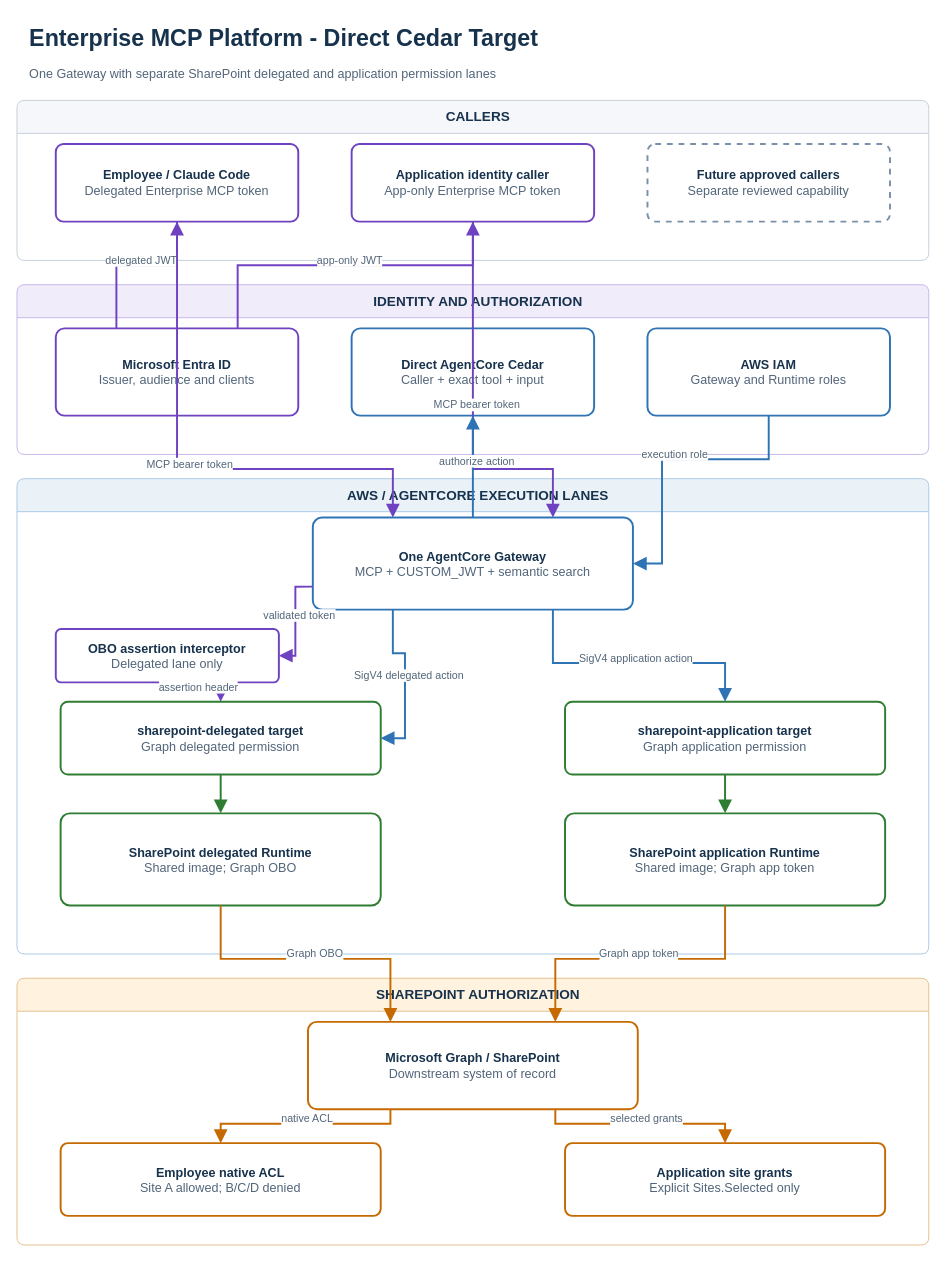
ron8520/mcp_poc keeps this draw.io diagram as page "Target Architecture" (1 of 3) of docs/architecture/enterprise-mcp-platform-review.drawio. Above is the earlier version. Source tidied: cells renumbered, new cells numbered last; positions are measured from the earlier drawing's top-left corner, leaving out a move shared by most shapes. Both pictures are drawn from the tidied source at 97%, with x=0, y=0 at pixel (16, 17).
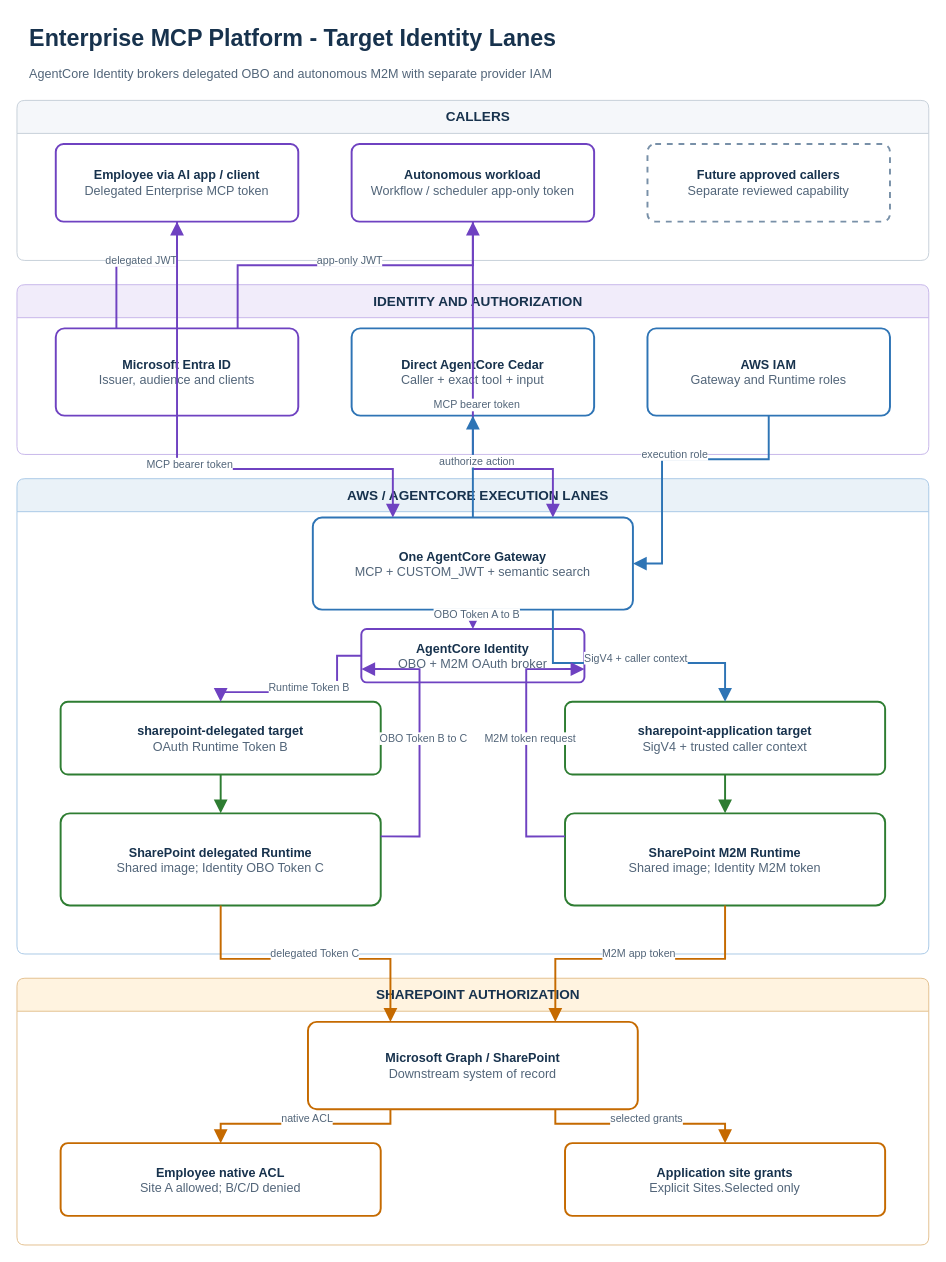
Above is the later version.

Unchanged cells that the change refers to:
```xml
<mxCell id="14" value="&lt;b&gt;One AgentCore Gateway&lt;/b&gt;&lt;br&gt;&lt;font color=&quot;#526579&quot;&gt;MCP + CUSTOM_JWT + semantic search&lt;/font&gt;" style="rounded=1;whiteSpace=wrap;html=1;arcSize=10;align=center;verticalAlign=middle;fillColor=#FFFFFF;strokeColor=#2E74B5;fontColor=#17324D;strokeWidth=2;dashed=0;fontSize=13;spacing=8;" parent="1" vertex="1">
  <mxGeometry x="305" y="515" width="330" height="95" as="geometry" />
</mxCell>
<mxCell id="20" value="&lt;b&gt;Microsoft Graph / SharePoint&lt;/b&gt;&lt;br&gt;&lt;font color=&quot;#526579&quot;&gt;Downstream system of record&lt;/font&gt;" style="rounded=1;whiteSpace=wrap;html=1;arcSize=10;align=center;verticalAlign=middle;fillColor=#FFFFFF;strokeColor=#C56A00;fontColor=#17324D;strokeWidth=2;dashed=0;fontSize=13;spacing=8;" parent="1" vertex="1">
  <mxGeometry x="300" y="1035" width="340" height="90" as="geometry" />
</mxCell>
<mxCell id="21" value="&lt;b&gt;Employee native ACL&lt;/b&gt;&lt;br&gt;&lt;font color=&quot;#526579&quot;&gt;Site A allowed; B/C/D denied&lt;/font&gt;" style="rounded=1;whiteSpace=wrap;html=1;arcSize=10;align=center;verticalAlign=middle;fillColor=#FFFFFF;strokeColor=#C56A00;fontColor=#17324D;strokeWidth=2;dashed=0;fontSize=13;spacing=8;" parent="1" vertex="1">
  <mxGeometry x="45" y="1160" width="330" height="75" as="geometry" />
</mxCell>
<mxCell id="22" value="&lt;b&gt;Application site grants&lt;/b&gt;&lt;br&gt;&lt;font color=&quot;#526579&quot;&gt;Explicit Sites.Selected only&lt;/font&gt;" style="rounded=1;whiteSpace=wrap;html=1;arcSize=10;align=center;verticalAlign=middle;fillColor=#FFFFFF;strokeColor=#C56A00;fontColor=#17324D;strokeWidth=2;dashed=0;fontSize=13;spacing=8;" parent="1" vertex="1">
  <mxGeometry x="565" y="1160" width="330" height="75" as="geometry" />
</mxCell>
```

Diff of the diagram source:
```diff
@@
-    <mxCell id="2" value="Enterprise MCP Platform - Direct Cedar Target" style="rounded=1;whiteSpace=wrap;html=1;arcSize=10;align=center;verticalAlign=middle;fillColor=#FFFFFF;strokeColor=#FFFFFF;fontColor=#17324D;strokeWidth=2;dashed=0;fontSize=13;spacing=8;fontSize=24;fontStyle=1;align=left;strokeOpacity=0;" parent="1" vertex="1">
+    <mxCell id="2" value="Enterprise MCP Platform - Target Identity Lanes" style="rounded=1;whiteSpace=wrap;html=1;arcSize=10;align=center;verticalAlign=middle;fillColor=#FFFFFF;strokeColor=#FFFFFF;fontColor=#17324D;strokeWidth=2;dashed=0;fontSize=13;spacing=8;fontSize=24;fontStyle=1;align=left;strokeOpacity=0;" parent="1" vertex="1">
       <mxGeometry x="5" width="930" height="42" as="geometry" />
     </mxCell>
-    <mxCell id="3" value="One Gateway with separate SharePoint delegated and application permission lanes" style="rounded=1;whiteSpace=wrap;html=1;arcSize=10;align=center;verticalAlign=middle;fillColor=#FFFFFF;strokeColor=#FFFFFF;fontColor=#17324D;strokeWidth=2;dashed=0;fontSize=13;spacing=8;fontSize=13;align=left;fontColor=#526579;strokeOpacity=0;" parent="1" vertex="1">
+    <mxCell id="3" value="AgentCore Identity brokers delegated OBO and autonomous M2M with separate provider IAM" style="rounded=1;whiteSpace=wrap;html=1;arcSize=10;align=center;verticalAlign=middle;fillColor=#FFFFFF;strokeColor=#FFFFFF;fontColor=#17324D;strokeWidth=2;dashed=0;fontSize=13;spacing=8;fontSize=13;align=left;fontColor=#526579;strokeOpacity=0;" parent="1" vertex="1">
       <mxGeometry x="5" y="42" width="930" height="30" as="geometry" />
     </mxCell>
@@
-    <mxCell id="8" value="&lt;b&gt;Employee / Claude Code&lt;/b&gt;&lt;br&gt;&lt;font color=&quot;#526579&quot;&gt;Delegated Enterprise MCP token&lt;/font&gt;" style="rounded=1;whiteSpace=wrap;html=1;arcSize=10;align=center;verticalAlign=middle;fillColor=#FFFFFF;strokeColor=#6F42C1;fontColor=#17324D;strokeWidth=2;dashed=0;fontSize=13;spacing=8;" parent="1" vertex="1">
+    <mxCell id="8" value="&lt;b&gt;Employee via AI app / client&lt;/b&gt;&lt;br&gt;&lt;font color=&quot;#526579&quot;&gt;Delegated Enterprise MCP token&lt;/font&gt;" style="rounded=1;whiteSpace=wrap;html=1;arcSize=10;align=center;verticalAlign=middle;fillColor=#FFFFFF;strokeColor=#6F42C1;fontColor=#17324D;strokeWidth=2;dashed=0;fontSize=13;spacing=8;" parent="1" vertex="1">
       <mxGeometry x="40" y="130" width="250" height="80" as="geometry" />
     </mxCell>
-    <mxCell id="9" value="&lt;b&gt;Application identity caller&lt;/b&gt;&lt;br&gt;&lt;font color=&quot;#526579&quot;&gt;App-only Enterprise MCP token&lt;/font&gt;" style="rounded=1;whiteSpace=wrap;html=1;arcSize=10;align=center;verticalAlign=middle;fillColor=#FFFFFF;strokeColor=#6F42C1;fontColor=#17324D;strokeWidth=2;dashed=0;fontSize=13;spacing=8;" parent="1" vertex="1">
+    <mxCell id="9" value="&lt;b&gt;Autonomous workload&lt;/b&gt;&lt;br&gt;&lt;font color=&quot;#526579&quot;&gt;Workflow / scheduler app-only token&lt;/font&gt;" style="rounded=1;whiteSpace=wrap;html=1;arcSize=10;align=center;verticalAlign=middle;fillColor=#FFFFFF;strokeColor=#6F42C1;fontColor=#17324D;strokeWidth=2;dashed=0;fontSize=13;spacing=8;" parent="1" vertex="1">
       <mxGeometry x="345" y="130" width="250" height="80" as="geometry" />
     </mxCell>
@@
-    <mxCell id="15" value="&lt;b&gt;OBO assertion interceptor&lt;/b&gt;&lt;br&gt;&lt;font color=&quot;#526579&quot;&gt;Delegated lane only&lt;/font&gt;" style="rounded=1;whiteSpace=wrap;html=1;arcSize=10;align=center;verticalAlign=middle;fillColor=#FFFFFF;strokeColor=#6F42C1;fontColor=#17324D;strokeWidth=2;dashed=0;fontSize=13;spacing=8;" parent="1" vertex="1">
-      <mxGeometry x="40" y="630" width="230" height="55" as="geometry" />
-    </mxCell>
+    <mxCell id="39" value="&lt;b&gt;AgentCore Identity&lt;/b&gt;&lt;br&gt;&lt;font color=&quot;#526579&quot;&gt;OBO + M2M OAuth broker&lt;/font&gt;" style="rounded=1;whiteSpace=wrap;html=1;arcSize=10;align=center;verticalAlign=middle;fillColor=#FFFFFF;strokeColor=#6F42C1;fontColor=#17324D;strokeWidth=2;dashed=0;fontSize=13;spacing=8;" parent="1" vertex="1">
+      <mxGeometry x="355" y="630" width="230" height="55" as="geometry" />
+    </mxCell>
-    <mxCell id="16" value="&lt;b&gt;sharepoint-delegated target&lt;/b&gt;&lt;br&gt;&lt;font color=&quot;#526579&quot;&gt;Graph delegated permission&lt;/font&gt;" style="rounded=1;whiteSpace=wrap;html=1;arcSize=10;align=center;verticalAlign=middle;fillColor=#FFFFFF;strokeColor=#2E7D32;fontColor=#17324D;strokeWidth=2;dashed=0;fontSize=13;spacing=8;" parent="1" vertex="1">
+    <mxCell id="16" value="&lt;b&gt;sharepoint-delegated target&lt;/b&gt;&lt;br&gt;&lt;font color=&quot;#526579&quot;&gt;OAuth Runtime Token B&lt;/font&gt;" style="rounded=1;whiteSpace=wrap;html=1;arcSize=10;align=center;verticalAlign=middle;fillColor=#FFFFFF;strokeColor=#2E7D32;fontColor=#17324D;strokeWidth=2;dashed=0;fontSize=13;spacing=8;" parent="1" vertex="1">
       <mxGeometry x="45" y="705" width="330" height="75" as="geometry" />
     </mxCell>
-    <mxCell id="17" value="&lt;b&gt;sharepoint-application target&lt;/b&gt;&lt;br&gt;&lt;font color=&quot;#526579&quot;&gt;Graph application permission&lt;/font&gt;" style="rounded=1;whiteSpace=wrap;html=1;arcSize=10;align=center;verticalAlign=middle;fillColor=#FFFFFF;strokeColor=#2E7D32;fontColor=#17324D;strokeWidth=2;dashed=0;fontSize=13;spacing=8;" parent="1" vertex="1">
+    <mxCell id="17" value="&lt;b&gt;sharepoint-application target&lt;/b&gt;&lt;br&gt;&lt;font color=&quot;#526579&quot;&gt;SigV4 + trusted caller context&lt;/font&gt;" style="rounded=1;whiteSpace=wrap;html=1;arcSize=10;align=center;verticalAlign=middle;fillColor=#FFFFFF;strokeColor=#2E7D32;fontColor=#17324D;strokeWidth=2;dashed=0;fontSize=13;spacing=8;" parent="1" vertex="1">
       <mxGeometry x="565" y="705" width="330" height="75" as="geometry" />
     </mxCell>
-    <mxCell id="18" value="&lt;b&gt;SharePoint delegated Runtime&lt;/b&gt;&lt;br&gt;&lt;font color=&quot;#526579&quot;&gt;Shared image; Graph OBO&lt;/font&gt;" style="rounded=1;whiteSpace=wrap;html=1;arcSize=10;align=center;verticalAlign=middle;fillColor=#FFFFFF;strokeColor=#2E7D32;fontColor=#17324D;strokeWidth=2;dashed=0;fontSize=13;spacing=8;" parent="1" vertex="1">
+    <mxCell id="18" value="&lt;b&gt;SharePoint delegated Runtime&lt;/b&gt;&lt;br&gt;&lt;font color=&quot;#526579&quot;&gt;Shared image; Identity OBO Token C&lt;/font&gt;" style="rounded=1;whiteSpace=wrap;html=1;arcSize=10;align=center;verticalAlign=middle;fillColor=#FFFFFF;strokeColor=#2E7D32;fontColor=#17324D;strokeWidth=2;dashed=0;fontSize=13;spacing=8;" parent="1" vertex="1">
       <mxGeometry x="45" y="820" width="330" height="95" as="geometry" />
     </mxCell>
-    <mxCell id="19" value="&lt;b&gt;SharePoint application Runtime&lt;/b&gt;&lt;br&gt;&lt;font color=&quot;#526579&quot;&gt;Shared image; Graph app token&lt;/font&gt;" style="rounded=1;whiteSpace=wrap;html=1;arcSize=10;align=center;verticalAlign=middle;fillColor=#FFFFFF;strokeColor=#2E7D32;fontColor=#17324D;strokeWidth=2;dashed=0;fontSize=13;spacing=8;" parent="1" vertex="1">
+    <mxCell id="19" value="&lt;b&gt;SharePoint M2M Runtime&lt;/b&gt;&lt;br&gt;&lt;font color=&quot;#526579&quot;&gt;Shared image; Identity M2M token&lt;/font&gt;" style="rounded=1;whiteSpace=wrap;html=1;arcSize=10;align=center;verticalAlign=middle;fillColor=#FFFFFF;strokeColor=#2E7D32;fontColor=#17324D;strokeWidth=2;dashed=0;fontSize=13;spacing=8;" parent="1" vertex="1">
       <mxGeometry x="565" y="820" width="330" height="95" as="geometry" />
     </mxCell>
@@
-    <mxCell id="29" value="validated token" style="edgeStyle=orthogonalEdgeStyle;rounded=0;jettySize=auto;html=1;strokeColor=#6F42C1;fontColor=#526579;strokeWidth=2;dashed=0;endArrow=block;endFill=1;endSize=9;fontSize=11;labelBackgroundColor=#FFFFFF;exitX=0;exitY=0.75;exitDx=0;exitDy=0;entryX=1;entryY=0.5;entryDx=0;entryDy=0;" parent="1" edge="1" source="14" target="15">
+    <mxCell id="29" value="OBO Token A to B" style="edgeStyle=orthogonalEdgeStyle;rounded=0;jettySize=auto;html=1;strokeColor=#6F42C1;fontColor=#526579;strokeWidth=2;dashed=0;endArrow=block;endFill=1;endSize=9;fontSize=11;labelBackgroundColor=#FFFFFF;exitX=0.5;exitY=1;exitDx=0;exitDy=0;entryX=0.5;entryY=0;entryDx=0;entryDy=0;" parent="1" edge="1" source="14" target="39">
       <mxGeometry relative="1" as="geometry">
-        <Array as="points">
-          <mxPoint x="287" y="586.2" />
-          <mxPoint x="287" y="657.5" />
-        </Array>
         <mxPoint x="4" y="-5" as="offset" />
       </mxGeometry>
     </mxCell>
-    <mxCell id="30" value="SigV4 delegated action" style="edgeStyle=orthogonalEdgeStyle;rounded=0;jettySize=auto;html=1;strokeColor=#2E74B5;fontColor=#526579;strokeWidth=2;dashed=0;endArrow=block;endFill=1;endSize=9;fontSize=11;labelBackgroundColor=#FFFFFF;exitX=0.25;exitY=1;exitDx=0;exitDy=0;entryX=1;entryY=0.5;entryDx=0;entryDy=0;" parent="1" edge="1" source="14" target="16">
+    <mxCell id="30" value="Runtime Token B" style="edgeStyle=orthogonalEdgeStyle;rounded=0;jettySize=auto;html=1;strokeColor=#6F42C1;fontColor=#526579;strokeWidth=2;dashed=0;endArrow=block;endFill=1;endSize=9;fontSize=11;labelBackgroundColor=#FFFFFF;exitX=0;exitY=0.5;exitDx=0;exitDy=0;entryX=0.5;entryY=0;entryDx=0;entryDy=0;" parent="1" edge="1" source="39" target="16">
       <mxGeometry relative="1" as="geometry">
         <Array as="points">
-          <mxPoint x="387.5" y="655" />
-          <mxPoint x="400" y="655" />
-          <mxPoint x="400" y="742.5" />
+          <mxPoint x="330" y="657.5" />
+          <mxPoint x="330" y="695" />
+          <mxPoint x="210" y="695" />
         </Array>
         <mxPoint x="4" y="-5" as="offset" />
       </mxGeometry>
     </mxCell>
-    <mxCell id="31" value="SigV4 application action" style="edgeStyle=orthogonalEdgeStyle;rounded=0;jettySize=auto;html=1;strokeColor=#2E74B5;fontColor=#526579;strokeWidth=2;dashed=0;endArrow=block;endFill=1;endSize=9;fontSize=11;labelBackgroundColor=#FFFFFF;exitX=0.75;exitY=1;exitDx=0;exitDy=0;entryX=0.5;entryY=0;entryDx=0;entryDy=0;" parent="1" edge="1" source="14" target="17">
+    <mxCell id="31" value="SigV4 + caller context" style="edgeStyle=orthogonalEdgeStyle;rounded=0;jettySize=auto;html=1;strokeColor=#2E74B5;fontColor=#526579;strokeWidth=2;dashed=0;endArrow=block;endFill=1;endSize=9;fontSize=11;labelBackgroundColor=#FFFFFF;exitX=0.75;exitY=1;exitDx=0;exitDy=0;entryX=0.5;entryY=0;entryDx=0;entryDy=0;" parent="1" edge="1" source="14" target="17">
       <mxGeometry relative="1" as="geometry">
         <Array as="points">
           <mxPoint x="552.5" y="665" />
           <mxPoint x="730" y="665" />
         </Array>
         <mxPoint x="4" y="-5" as="offset" />
       </mxGeometry>
     </mxCell>
-    <mxCell id="32" value="assertion header" style="edgeStyle=orthogonalEdgeStyle;rounded=0;jettySize=auto;html=1;strokeColor=#6F42C1;fontColor=#526579;strokeWidth=2;dashed=0;endArrow=block;endFill=1;endSize=9;fontSize=11;labelBackgroundColor=#FFFFFF;exitX=0.5;exitY=1;exitDx=0;exitDy=0;entryX=0.5;entryY=0;entryDx=0;entryDy=0;" parent="1" edge="1" source="15" target="16">
-      <mxGeometry relative="1" as="geometry">
-        <Array as="points">
-          <mxPoint x="155" y="695" />
-          <mxPoint x="210" y="695" />
-        </Array>
-        <mxPoint x="4" y="-5" as="offset" />
-      </mxGeometry>
+    <mxCell id="32" style="edgeStyle=orthogonalEdgeStyle;rounded=0;jettySize=auto;html=1;strokeColor=#2E7D32;fontColor=#526579;strokeWidth=2;dashed=0;endArrow=block;endFill=1;endSize=9;fontSize=11;labelBackgroundColor=#FFFFFF;exitX=0.5;exitY=1;exitDx=0;exitDy=0;entryX=0.5;entryY=0;entryDx=0;entryDy=0;" parent="1" edge="1" source="16" target="18">
+      <mxGeometry relative="1" as="geometry" />
     </mxCell>
-    <mxCell id="33" style="edgeStyle=orthogonalEdgeStyle;rounded=0;jettySize=auto;html=1;strokeColor=#2E7D32;fontColor=#526579;strokeWidth=2;dashed=0;endArrow=block;endFill=1;endSize=9;fontSize=11;labelBackgroundColor=#FFFFFF;exitX=0.5;exitY=1;exitDx=0;exitDy=0;entryX=0.5;entryY=0;entryDx=0;entryDy=0;" parent="1" edge="1" source="16" target="18">
+    <mxCell id="33" style="edgeStyle=orthogonalEdgeStyle;rounded=0;jettySize=auto;html=1;strokeColor=#2E7D32;fontColor=#526579;strokeWidth=2;dashed=0;endArrow=block;endFill=1;endSize=9;fontSize=11;labelBackgroundColor=#FFFFFF;exitX=0.5;exitY=1;exitDx=0;exitDy=0;entryX=0.5;entryY=0;entryDx=0;entryDy=0;" parent="1" edge="1" source="17" target="19">
       <mxGeometry relative="1" as="geometry" />
     </mxCell>
-    <mxCell id="34" style="edgeStyle=orthogonalEdgeStyle;rounded=0;jettySize=auto;html=1;strokeColor=#2E7D32;fontColor=#526579;strokeWidth=2;dashed=0;endArrow=block;endFill=1;endSize=9;fontSize=11;labelBackgroundColor=#FFFFFF;exitX=0.5;exitY=1;exitDx=0;exitDy=0;entryX=0.5;entryY=0;entryDx=0;entryDy=0;" parent="1" edge="1" source="17" target="19">
-      <mxGeometry relative="1" as="geometry" />
+    <mxCell id="34" value="OBO Token B to C" style="edgeStyle=orthogonalEdgeStyle;rounded=0;jettySize=auto;html=1;strokeColor=#6F42C1;fontColor=#526579;strokeWidth=2;dashed=0;endArrow=block;endFill=1;endSize=9;fontSize=11;labelBackgroundColor=#FFFFFF;exitX=1;exitY=0.25;exitDx=0;exitDy=0;entryX=0;entryY=0.75;entryDx=0;entryDy=0;" parent="1" edge="1" source="18" target="39">
+      <mxGeometry relative="1" as="geometry">
+        <Array as="points">
+          <mxPoint x="415" y="843.8" />
+          <mxPoint x="415" y="671.2" />
+        </Array>
+        <mxPoint x="4" y="-5" as="offset" />
+      </mxGeometry>
     </mxCell>
-    <mxCell id="35" value="Graph OBO" style="edgeStyle=orthogonalEdgeStyle;rounded=0;jettySize=auto;html=1;strokeColor=#C56A00;fontColor=#526579;strokeWidth=2;dashed=0;endArrow=block;endFill=1;endSize=9;fontSize=11;labelBackgroundColor=#FFFFFF;exitX=0.5;exitY=1;exitDx=0;exitDy=0;entryX=0.25;entryY=0;entryDx=0;entryDy=0;" parent="1" edge="1" source="18" target="20">
+    <mxCell id="35" value="M2M token request" style="edgeStyle=orthogonalEdgeStyle;rounded=0;jettySize=auto;html=1;strokeColor=#6F42C1;fontColor=#526579;strokeWidth=2;dashed=0;endArrow=block;endFill=1;endSize=9;fontSize=11;labelBackgroundColor=#FFFFFF;exitX=0;exitY=0.25;exitDx=0;exitDy=0;entryX=1;entryY=0.75;entryDx=0;entryDy=0;" parent="1" edge="1" source="19" target="39">
       <mxGeometry relative="1" as="geometry">
         <Array as="points">
-          <mxPoint x="210" y="970" />
-          <mxPoint x="385" y="970" />
+          <mxPoint x="525" y="843.8" />
+          <mxPoint x="525" y="671.2" />
         </Array>
         <mxPoint x="4" y="-5" as="offset" />
       </mxGeometry>
     </mxCell>
-    <mxCell id="36" value="Graph app token" style="edgeStyle=orthogonalEdgeStyle;rounded=0;jettySize=auto;html=1;strokeColor=#C56A00;fontColor=#526579;strokeWidth=2;dashed=0;endArrow=block;endFill=1;endSize=9;fontSize=11;labelBackgroundColor=#FFFFFF;exitX=0.5;exitY=1;exitDx=0;exitDy=0;entryX=0.75;entryY=0;entryDx=0;entryDy=0;" parent="1" edge="1" source="19" target="20">
+    <mxCell id="36" value="delegated Token C" style="edgeStyle=orthogonalEdgeStyle;rounded=0;jettySize=auto;html=1;strokeColor=#C56A00;fontColor=#526579;strokeWidth=2;dashed=0;endArrow=block;endFill=1;endSize=9;fontSize=11;labelBackgroundColor=#FFFFFF;exitX=0.5;exitY=1;exitDx=0;exitDy=0;entryX=0.25;entryY=0;entryDx=0;entryDy=0;" parent="1" edge="1" source="18" target="20">
       <mxGeometry relative="1" as="geometry">
         <Array as="points">
-          <mxPoint x="730" y="970" />
-          <mxPoint x="555" y="970" />
+          <mxPoint x="210" y="970" />
+          <mxPoint x="385" y="970" />
         </Array>
         <mxPoint x="4" y="-5" as="offset" />
       </mxGeometry>
     </mxCell>
-    <mxCell id="37" value="native ACL" style="edgeStyle=orthogonalEdgeStyle;rounded=0;jettySize=auto;html=1;strokeColor=#C56A00;fontColor=#526579;strokeWidth=2;dashed=0;endArrow=block;endFill=1;endSize=9;fontSize=11;labelBackgroundColor=#FFFFFF;exitX=0.25;exitY=1;exitDx=0;exitDy=0;entryX=0.5;entryY=0;entryDx=0;entryDy=0;" parent="1" edge="1" source="20" target="21">
+    <mxCell id="37" value="M2M app token" style="edgeStyle=orthogonalEdgeStyle;rounded=0;jettySize=auto;html=1;strokeColor=#C56A00;fontColor=#526579;strokeWidth=2;dashed=0;endArrow=block;endFill=1;endSize=9;fontSize=11;labelBackgroundColor=#FFFFFF;exitX=0.5;exitY=1;exitDx=0;exitDy=0;entryX=0.75;entryY=0;entryDx=0;entryDy=0;" parent="1" edge="1" source="19" target="20">
       <mxGeometry relative="1" as="geometry">
         <Array as="points">
-          <mxPoint x="385" y="1140" />
-          <mxPoint x="210" y="1140" />
+          <mxPoint x="730" y="970" />
+          <mxPoint x="555" y="970" />
         </Array>
         <mxPoint x="4" y="-5" as="offset" />
       </mxGeometry>
     </mxCell>
-    <mxCell id="38" value="selected grants" style="edgeStyle=orthogonalEdgeStyle;rounded=0;jettySize=auto;html=1;strokeColor=#C56A00;fontColor=#526579;strokeWidth=2;dashed=0;endArrow=block;endFill=1;endSize=9;fontSize=11;labelBackgroundColor=#FFFFFF;exitX=0.75;exitY=1;exitDx=0;exitDy=0;entryX=0.5;entryY=0;entryDx=0;entryDy=0;" parent="1" edge="1" source="20" target="22">
+    <mxCell id="38" value="native ACL" style="edgeStyle=orthogonalEdgeStyle;rounded=0;jettySize=auto;html=1;strokeColor=#C56A00;fontColor=#526579;strokeWidth=2;dashed=0;endArrow=block;endFill=1;endSize=9;fontSize=11;labelBackgroundColor=#FFFFFF;exitX=0.25;exitY=1;exitDx=0;exitDy=0;entryX=0.5;entryY=0;entryDx=0;entryDy=0;" parent="1" edge="1" source="20" target="21">
       <mxGeometry relative="1" as="geometry">
         <Array as="points">
-          <mxPoint x="555" y="1140" />
-          <mxPoint x="730" y="1140" />
+          <mxPoint x="385" y="1140" />
+          <mxPoint x="210" y="1140" />
         </Array>
         <mxPoint x="4" y="-5" as="offset" />
       </mxGeometry>
     </mxCell>
+    <mxCell id="40" value="selected grants" style="edgeStyle=orthogonalEdgeStyle;rounded=0;jettySize=auto;html=1;strokeColor=#C56A00;fontColor=#526579;strokeWidth=2;dashed=0;endArrow=block;endFill=1;endSize=9;fontSize=11;labelBackgroundColor=#FFFFFF;exitX=0.75;exitY=1;exitDx=0;exitDy=0;entryX=0.5;entryY=0;entryDx=0;entryDy=0;" parent="1" edge="1" source="20" target="22">
+      <mxGeometry relative="1" as="geometry">
+        <Array as="points">
+          <mxPoint x="555" y="1140" />
+          <mxPoint x="730" y="1140" />
+        </Array>
+        <mxPoint x="4" y="-5" as="offset" />
+      </mxGeometry>
+    </mxCell>
```
